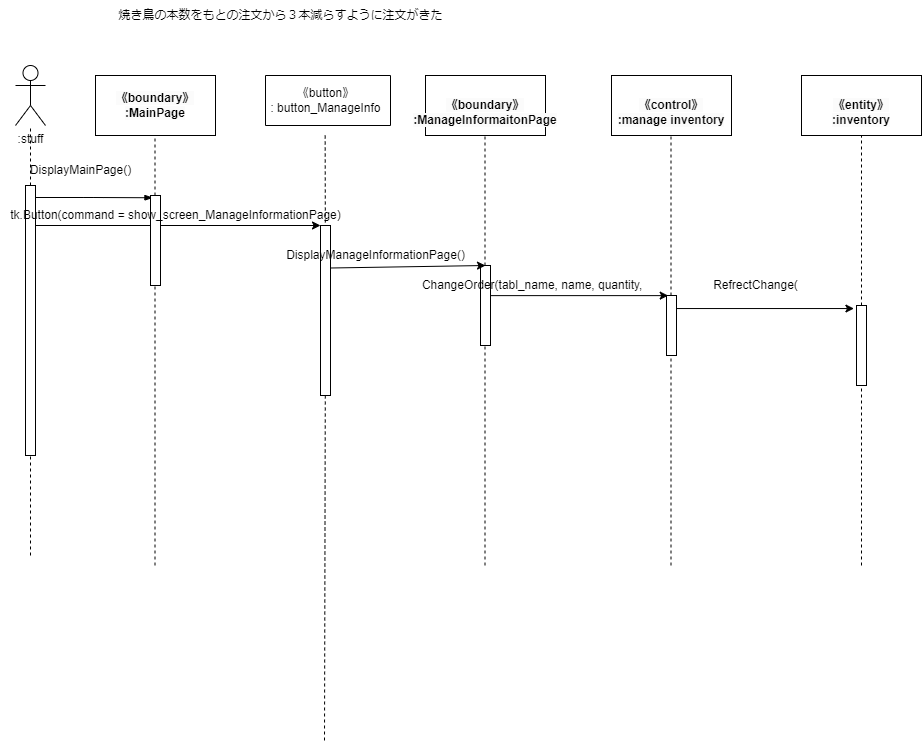
The draw.io diagram psp4/シーケンス図/シーケンス図_情報変更.drawio.png in MasakiHiguchi/---, before a commit. Source tidied: cells renumbered, new cells last; positions are measured from the earlier drawing's top-left corner, leaving out a move shared by most shapes.
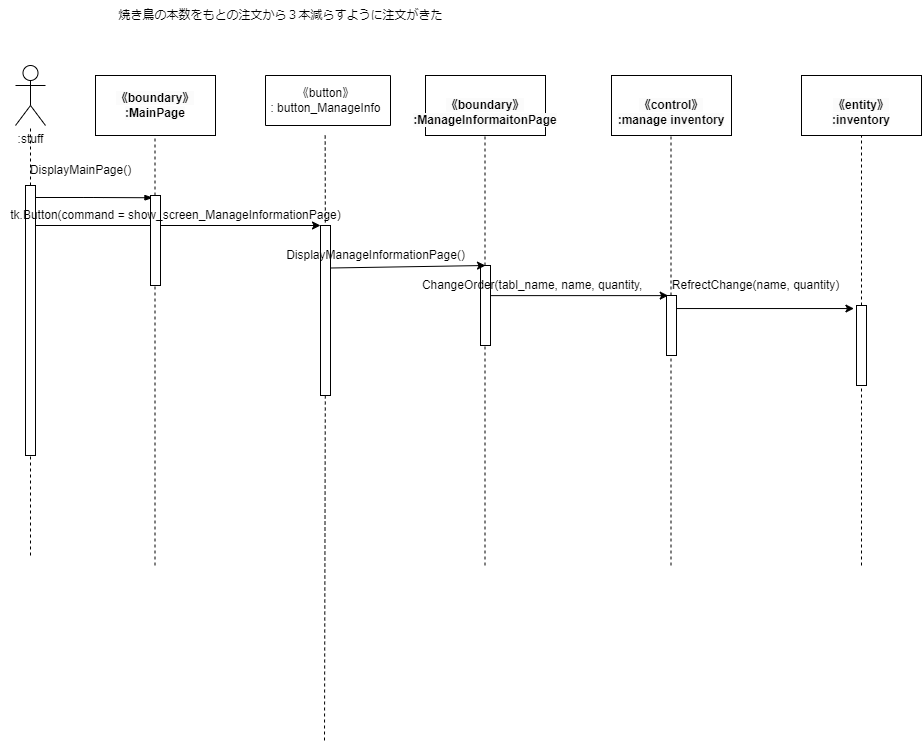
Later version of the same file.

What changed in the source:
```diff
@@ -133,8 +133,8 @@
     <mxCell id="36" value="ChangeOrder(tabl_name, name, quantity,&amp;nbsp;&amp;nbsp;" style="text;html=1;align=center;verticalAlign=middle;strokeColor=none;fillColor=none;" parent="1" vertex="1">
       <mxGeometry x="410" y="270" width="250" height="30" as="geometry" />
     </mxCell>
-    <mxCell id="37" value="RefrectChange(" style="text;html=1;align=center;verticalAlign=middle;strokeColor=none;fillColor=none;" parent="1" vertex="1">
-      <mxGeometry x="700" y="270" width="110" height="30" as="geometry" />
+    <mxCell id="37" value="RefrectChange(name, quantity)" style="text;html=1;align=center;verticalAlign=middle;strokeColor=none;fillColor=none;" parent="1" vertex="1">
+      <mxGeometry x="660" y="270" width="190" height="30" as="geometry" />
     </mxCell>
   </root>
 </mxGraphModel>
```
